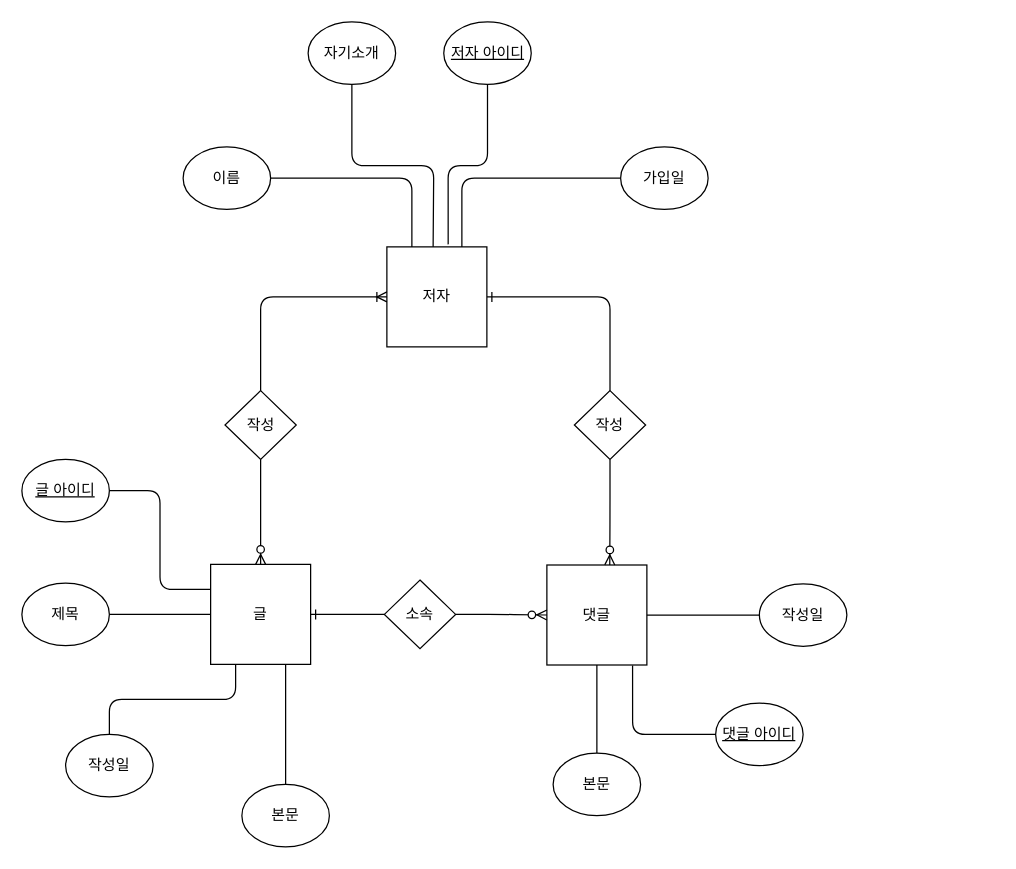
Earlier version of the draw.io diagram page "Page-1" (1 of 2) of 관계형 데이터 모델링 ERD 실습.drawio (codingeverybody/erd). Source tidied: cells renumbered, new cells numbered last; positions are measured from the earlier drawing's top-left corner, leaving out a move shared by most shapes. Both pictures are drawn from the tidied source at 125%, with x=0, y=0 at pixel (21, 21).
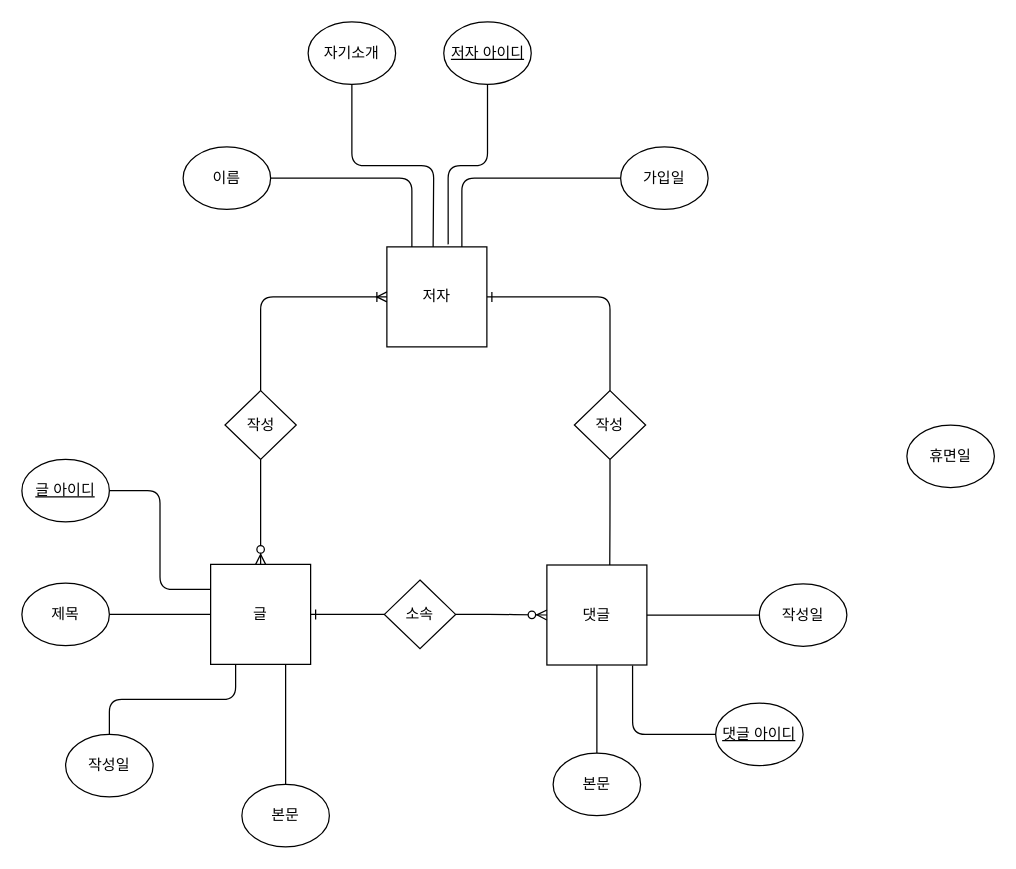
The same diagram, later.

Commit message:
Update 관계형 데이터 모델링 ERD 실습.drawio

Unchanged cells that the change refers to:
```xml
<mxCell id="6" value="댓글" style="whiteSpace=wrap;html=1;" parent="1" vertex="1">
  <mxGeometry x="420" y="434.5" width="80" height="80" as="geometry" />
</mxCell>
<mxCell id="32" value="작성" style="rhombus;whiteSpace=wrap;html=1;" parent="1" vertex="1">
  <mxGeometry x="442" y="295" width="57" height="55" as="geometry" />
</mxCell>
```

Diff of the diagram source:
```diff
@@
-    <mxCell id="31" style="edgeStyle=orthogonalEdgeStyle;rounded=1;jettySize=auto;html=1;exitX=0.5;exitY=1;exitDx=0;exitDy=0;entryX=0.629;entryY=-0.001;entryDx=0;entryDy=0;entryPerimeter=0;endArrow=ERzeroToMany;endFill=1;" parent="1" edge="1" source="32" target="6">
+    <mxCell id="31" style="edgeStyle=orthogonalEdgeStyle;rounded=1;jettySize=auto;html=1;exitX=0.5;exitY=1;exitDx=0;exitDy=0;entryX=0.629;entryY=-0.001;entryDx=0;entryDy=0;entryPerimeter=0;endArrow=none;endFill=0;" parent="1" edge="1" source="32" target="6">
       <mxGeometry relative="1" as="geometry" />
     </mxCell>
@@
+    <mxCell id="36" value="휴면일" style="ellipse;whiteSpace=wrap;html=1;" parent="1" vertex="1">
+      <mxGeometry x="708" y="322.5" width="70" height="50" as="geometry" />
+    </mxCell>
```
